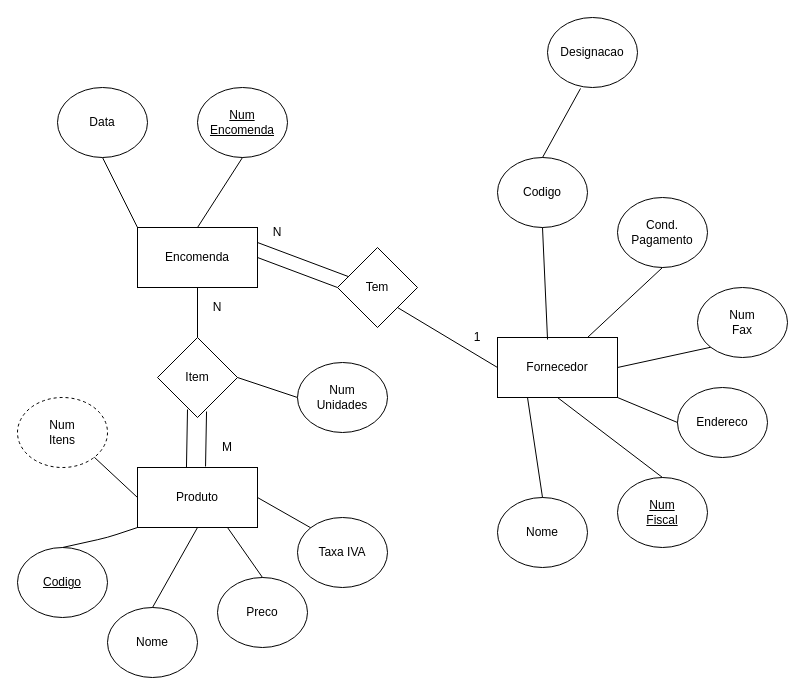
Above: G01/ex1.drawio in ahridesu/guioes-BD (draw.io), before the change. Source tidied: cells renumbered, new cells numbered last; positions are measured from the earlier drawing's top-left corner, leaving out a move shared by most shapes. Both pictures are drawn from the tidied source at 100%, with x=0, y=0 at pixel (17, 17).
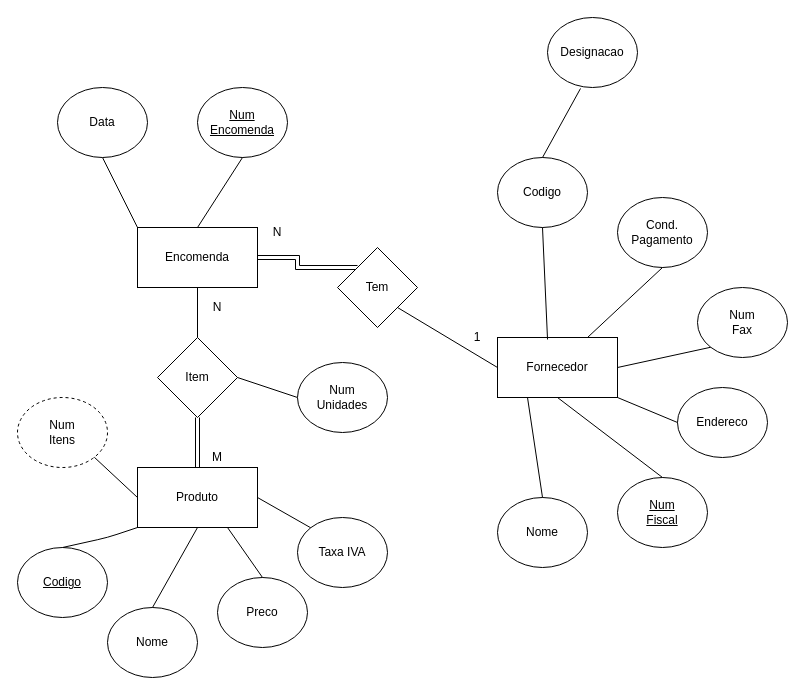
Above is the later version.

The change refers to these unchanged cells:
```xml
<mxCell id="2" value="Encomenda" style="rounded=0;whiteSpace=wrap;html=1;" parent="1" vertex="1">
  <mxGeometry x="120" y="210" width="120" height="60" as="geometry" />
</mxCell>
<mxCell id="3" value="Produto" style="rounded=0;whiteSpace=wrap;html=1;" parent="1" vertex="1">
  <mxGeometry x="120" y="450" width="120" height="60" as="geometry" />
</mxCell>
<mxCell id="10" value="Tem" style="rhombus;whiteSpace=wrap;html=1;" parent="1" vertex="1">
  <mxGeometry x="320" y="230" width="80" height="80" as="geometry" />
</mxCell>
<mxCell id="21" value="Item" style="rhombus;whiteSpace=wrap;html=1;" parent="1" vertex="1">
  <mxGeometry x="140" y="320" width="80" height="80" as="geometry" />
</mxCell>
```

Diff of the diagram source:
```diff
@@
+    <mxCell id="47" style="edgeStyle=orthogonalEdgeStyle;shape=link;rounded=0;jettySize=auto;html=1;exitX=1;exitY=0.5;exitDx=0;exitDy=0;entryX=0;entryY=0;entryDx=0;entryDy=0;" parent="1" edge="1" source="2" target="10">
+      <mxGeometry relative="1" as="geometry" />
+    </mxCell>
@@
-    <mxCell id="9" style="endArrow=none;html=1;entryX=0;entryY=0.5;entryDx=0;entryDy=0;exitX=1;exitY=0.5;exitDx=0;exitDy=0;" parent="1" edge="1" source="2" target="10">
-      <mxGeometry relative="1" as="geometry" />
-    </mxCell>
@@
-    <mxCell id="12" style="endArrow=none;html=1;exitX=1;exitY=0.25;exitDx=0;exitDy=0;" parent="1" edge="1" source="2" target="10">
-      <mxGeometry relative="1" as="geometry" />
-    </mxCell>
@@
+    <mxCell id="48" style="edgeStyle=orthogonalEdgeStyle;shape=link;rounded=0;jettySize=auto;html=1;" parent="1" edge="1" source="21" target="3">
+      <mxGeometry relative="1" as="geometry" />
+    </mxCell>
@@
-    <mxCell id="22" style="endArrow=none;html=1;exitX=0.375;exitY=0.9;exitDx=0;exitDy=0;exitPerimeter=0;entryX=0.408;entryY=0;entryDx=0;entryDy=0;entryPerimeter=0;" parent="1" edge="1" source="21" target="3">
-      <mxGeometry relative="1" as="geometry" />
-    </mxCell>
@@
-    <mxCell id="24" style="endArrow=none;html=1;exitX=0.613;exitY=0.925;exitDx=0;exitDy=0;exitPerimeter=0;entryX=0.567;entryY=-0.017;entryDx=0;entryDy=0;entryPerimeter=0;" parent="1" edge="1" source="21" target="3">
-      <mxGeometry relative="1" as="geometry" />
-    </mxCell>
@@
     <mxCell id="40" value="M" style="text;html=1;strokeColor=none;fillColor=none;align=center;verticalAlign=middle;whiteSpace=wrap;rounded=0;" parent="1" vertex="1">
-      <mxGeometry x="190" y="420" width="40" height="20" as="geometry" />
+      <mxGeometry x="180" y="430" width="40" height="20" as="geometry" />
     </mxCell>
```
